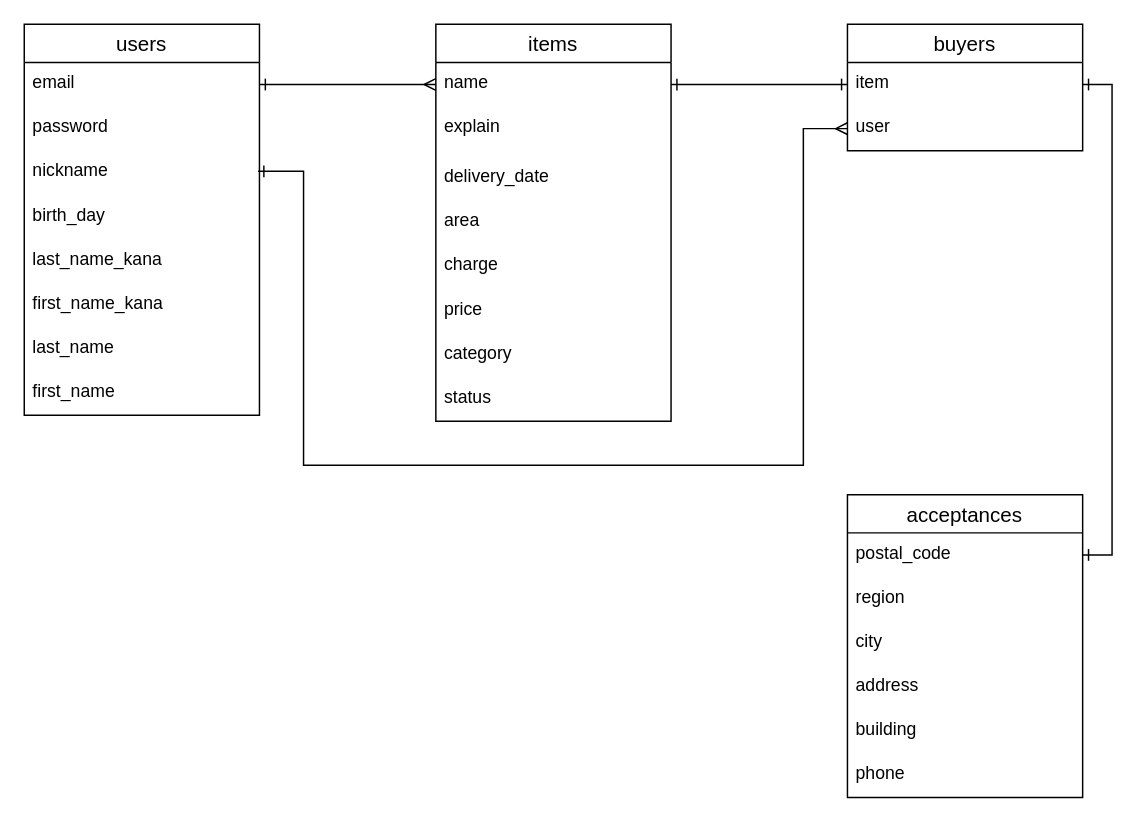
Earlier version of the draw.io diagram ER.dio (t10801606/furima-31126). Source tidied: cells renumbered, new cells numbered last; positions are measured from the earlier drawing's top-left corner, leaving out a move shared by most shapes. Both pictures are drawn from the tidied source at 147%, with x=0, y=0 at pixel (24, 24).
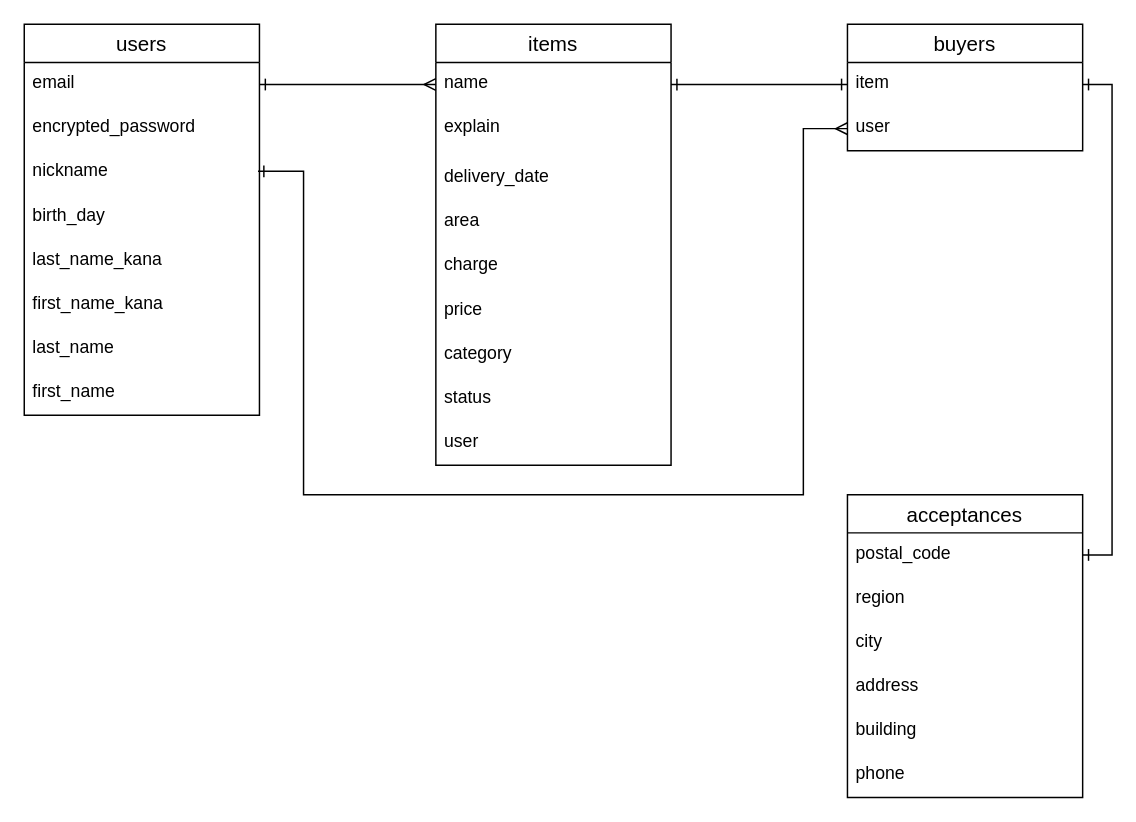
The same page after the edit.

Commit message (it also covers changes not shown here):
パスワードカラム名、itemsテーブルの外部キー修正

The change refers to these unchanged cells:
```xml
<mxCell id="12" value="users" style="swimlane;fontStyle=0;horizontal=1;startSize=26;align=center;fontSize=14;" parent="1" vertex="1">
  <mxGeometry width="160" height="266" as="geometry" />
</mxCell>
<mxCell id="32" value="user" style="text;strokeColor=none;fillColor=none;spacingLeft=4;spacingRight=4;overflow=hidden;points=[[0,0.5],[1,0.5]];portConstraint=eastwest;fontSize=12;" parent="30" vertex="1">
  <mxGeometry y="56" width="160" height="30" as="geometry" />
</mxCell>
```

Change to the diagram source:
```diff
@@
     <mxCell id="3" value="items" style="swimlane;fontStyle=0;horizontal=1;startSize=26;align=center;fontSize=14;" parent="1" vertex="1">
-      <mxGeometry x="280" width="160" height="270" as="geometry" />
+      <mxGeometry x="280" width="160" height="300" as="geometry" />
     </mxCell>
@@
+    <mxCell id="34" value="user" style="text;strokeColor=none;fillColor=none;spacingLeft=4;spacingRight=4;overflow=hidden;fontSize=12;" parent="3" vertex="1">
+      <mxGeometry y="270" width="160" height="30" as="geometry" />
+    </mxCell>
@@
-    <mxCell id="14" value="password" style="text;strokeColor=none;fillColor=none;spacingLeft=4;spacingRight=4;overflow=hidden;fontSize=12;" parent="12" vertex="1">
+    <mxCell id="14" value="encrypted_password" style="text;strokeColor=none;fillColor=none;spacingLeft=4;spacingRight=4;overflow=hidden;fontSize=12;" parent="12" vertex="1">
       <mxGeometry y="56" width="160" height="30" as="geometry" />
     </mxCell>
@@
     <mxCell id="29" style="edgeStyle=orthogonalEdgeStyle;rounded=0;jettySize=auto;html=1;exitX=0;exitY=0.5;exitDx=0;exitDy=0;startArrow=ERmany;startFill=0;endArrow=ERone;endFill=0;" parent="1" edge="1" source="32">
       <mxGeometry relative="1" as="geometry">
         <mxPoint x="159" y="100" as="targetPoint" />
         <Array as="points">
           <mxPoint x="530" y="71" />
-          <mxPoint x="530" y="300" />
-          <mxPoint x="190" y="300" />
+          <mxPoint x="530" y="320" />
+          <mxPoint x="190" y="320" />
           <mxPoint x="190" y="100" />
-          <mxPoint x="159" y="100" />
         </Array>
       </mxGeometry>
     </mxCell>
```
